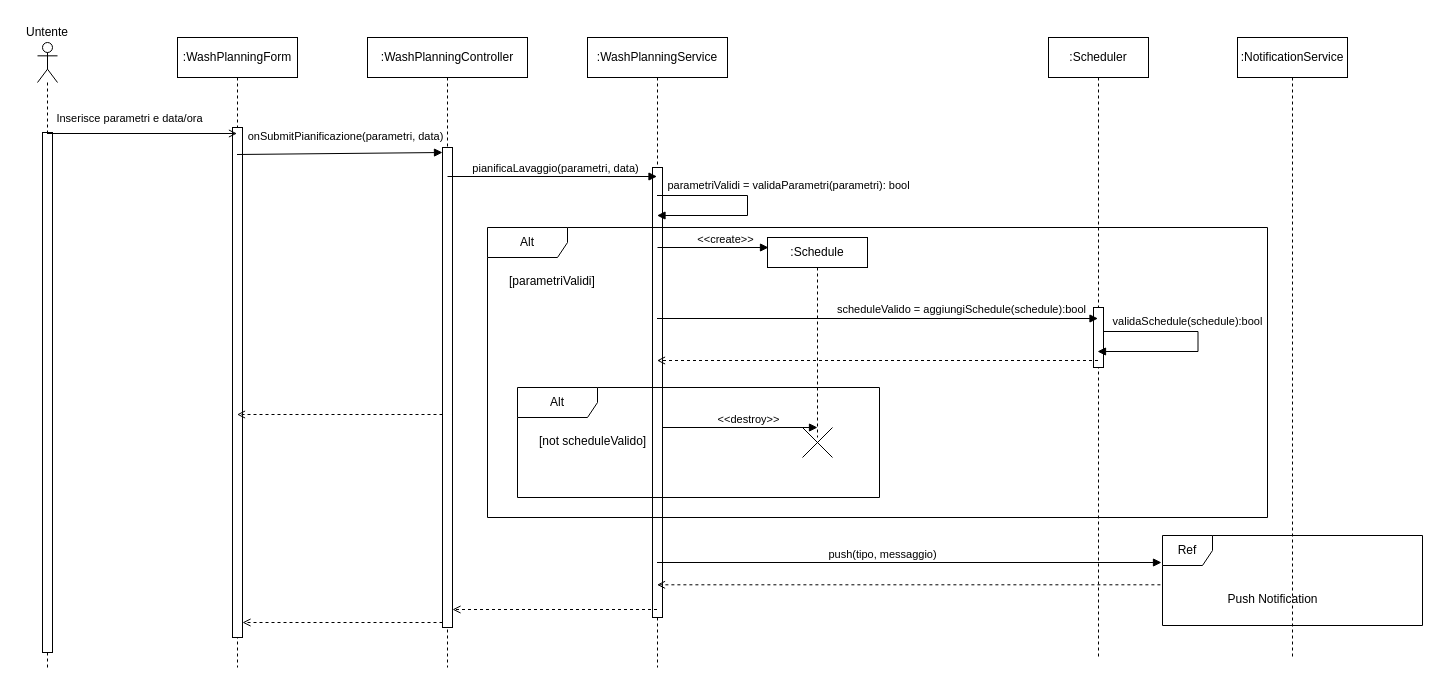
Above: content/seq/seqPianifica.drawio in uni-aca100/ing-proj (draw.io), before the change. Source tidied: cells renumbered, new cells numbered last; positions are measured from the earlier drawing's top-left corner, leaving out a move shared by most shapes. Both pictures are drawn from the tidied source at 100%, with x=0, y=0 at pixel (17, 17).
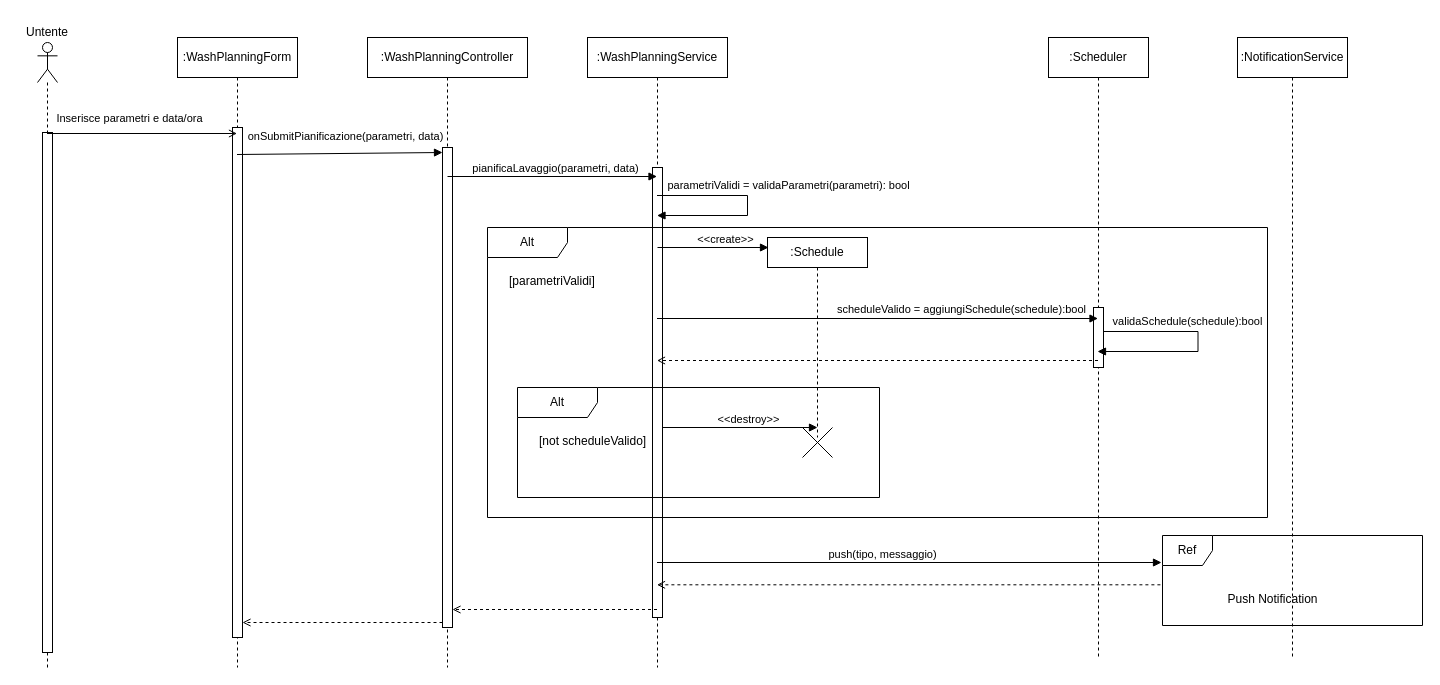
After the change.

Commit message:
fix diagram seqPianifica

Unchanged cells that the change refers to:
```xml
<mxCell id="7" style="html=1;points=[[0,0,0,0,5],[0,1,0,0,-5],[1,0,0,0,5],[1,1,0,0,-5]];perimeter=orthogonalPerimeter;outlineConnect=0;targetShapes=umlLifeline;portConstraint=eastwest;newEdgeStyle={&quot;curved&quot;:0,&quot;rounded&quot;:0};" parent="6" vertex="1">
  <mxGeometry x="75" y="110" width="10" height="480" as="geometry" />
</mxCell>
```

What changed in the source:
```diff
@@
-    <mxCell id="25" style="html=1;verticalAlign=bottom;labelBackgroundColor=none;endArrow=open;endFill=0;dashed=1;rounded=0;" parent="1" edge="1" source="7">
-      <mxGeometry relative="1" as="geometry">
-        <mxPoint x="219.5" y="397" as="targetPoint" />
-      </mxGeometry>
-    </mxCell>
```
